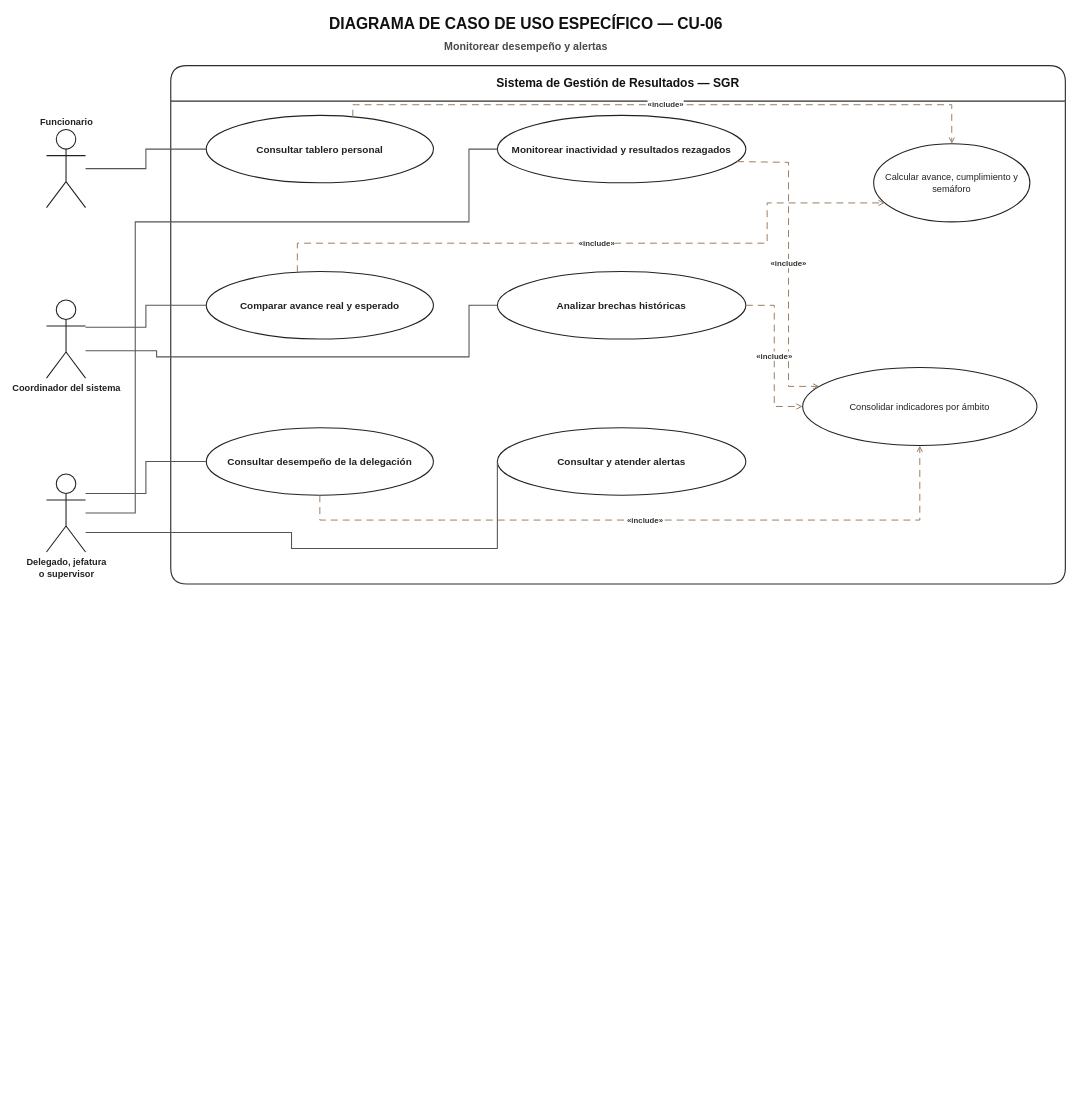
Earlier version of the draw.io diagram docs/uml/02_casos_de_uso/02_especificos/CU06_monitorear_desempeno_y_alertas/Diagrama_Caso_Uso_Especifico_CU06_SGR.drawio (MasterCapehart/sgr-proyecto-integrado). Source tidied: cells renumbered, new cells numbered last; positions are measured from the earlier drawing's top-left corner, leaving out a move shared by most shapes. Both pictures are drawn from the tidied source at 71%, with x=0, y=0 at pixel (46, 12).
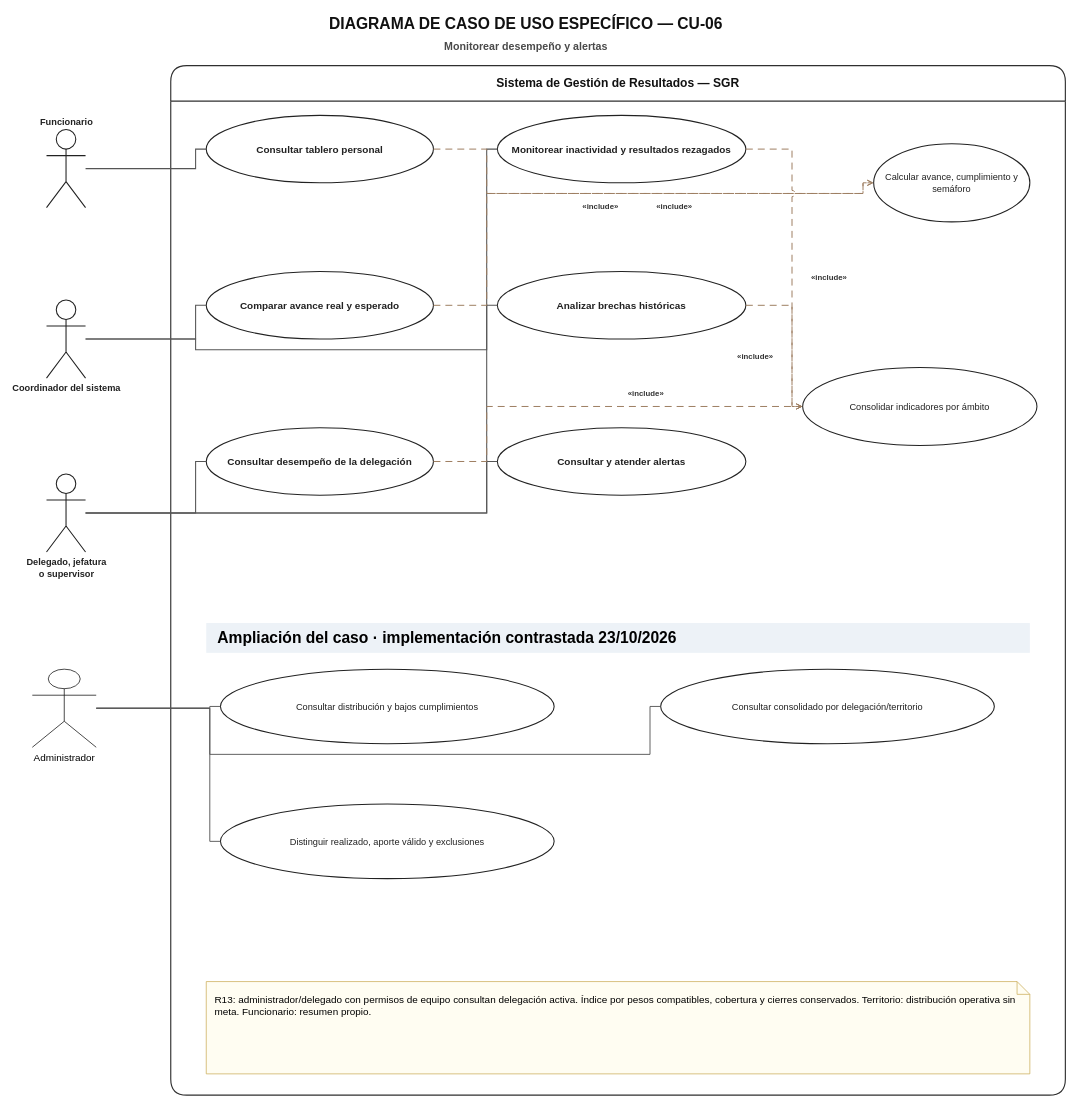
Above is the later version.

Unchanged cells that the change refers to:
```xml
<mxCell id="5" value="Calcular avance, cumplimiento y semáforo" style="ellipse;whiteSpace=wrap;html=1;fillColor=#FFFFFF;strokeColor=#222222;fontColor=#222222;fontSize=13;strokeWidth=1.5;" parent="4" vertex="1">
  <mxGeometry x="990" y="110" width="220" height="110" as="geometry" />
</mxCell>
<mxCell id="6" value="Funcionario" style="shape=umlActor;verticalLabelPosition=top;verticalAlign=bottom;html=1;outlineConnect=0;fillColor=#FFFFFF;strokeColor=#222222;fontColor=#222222;fontSize=13;fontStyle=1;strokeWidth=1.5;" parent="1" vertex="1">
  <mxGeometry y="165" width="55" height="110" as="geometry" />
</mxCell>
<mxCell id="7" value="Coordinador del sistema" style="shape=umlActor;verticalLabelPosition=bottom;verticalAlign=top;html=1;outlineConnect=0;fillColor=#FFFFFF;strokeColor=#222222;fontColor=#222222;fontSize=13;fontStyle=1;strokeWidth=1.5;" parent="1" vertex="1">
  <mxGeometry y="405" width="55" height="110" as="geometry" />
</mxCell>
<mxCell id="8" value="Delegado, jefatura&lt;br&gt;o supervisor" style="shape=umlActor;verticalLabelPosition=bottom;verticalAlign=top;html=1;outlineConnect=0;fillColor=#FFFFFF;strokeColor=#222222;fontColor=#222222;fontSize=13;fontStyle=1;strokeWidth=1.5;" parent="1" vertex="1">
  <mxGeometry y="650" width="55" height="110" as="geometry" />
</mxCell>
<mxCell id="9" value="Consultar tablero personal" style="ellipse;whiteSpace=wrap;html=1;fillColor=#FFFFFF;strokeColor=#222222;fontColor=#222222;fontSize=14;strokeWidth=1.5;fontStyle=1;" parent="1" vertex="1">
  <mxGeometry x="225" y="145" width="320" height="95" as="geometry" />
</mxCell>
<mxCell id="10" value="Comparar avance real y esperado" style="ellipse;whiteSpace=wrap;html=1;fillColor=#FFFFFF;strokeColor=#222222;fontColor=#222222;fontSize=14;strokeWidth=1.5;fontStyle=1;" parent="1" vertex="1">
  <mxGeometry x="225" y="365" width="320" height="95" as="geometry" />
</mxCell>
<mxCell id="11" value="Consultar desempeño de la delegación" style="ellipse;whiteSpace=wrap;html=1;fillColor=#FFFFFF;strokeColor=#222222;fontColor=#222222;fontSize=14;strokeWidth=1.5;fontStyle=1;" parent="1" vertex="1">
  <mxGeometry x="225" y="585" width="320" height="95" as="geometry" />
</mxCell>
<mxCell id="12" value="Monitorear inactividad y resultados rezagados" style="ellipse;whiteSpace=wrap;html=1;fillColor=#FFFFFF;strokeColor=#222222;fontColor=#222222;fontSize=14;strokeWidth=1.5;fontStyle=1;" parent="1" vertex="1">
  <mxGeometry x="635" y="145" width="350" height="95" as="geometry" />
</mxCell>
<mxCell id="13" value="Analizar brechas históricas" style="ellipse;whiteSpace=wrap;html=1;fillColor=#FFFFFF;strokeColor=#222222;fontColor=#222222;fontSize=14;strokeWidth=1.5;fontStyle=1;" parent="1" vertex="1">
  <mxGeometry x="635" y="365" width="350" height="95" as="geometry" />
</mxCell>
<mxCell id="14" value="Consultar y atender alertas" style="ellipse;whiteSpace=wrap;html=1;fillColor=#FFFFFF;strokeColor=#222222;fontColor=#222222;fontSize=14;strokeWidth=1.5;fontStyle=1;" parent="1" vertex="1">
  <mxGeometry x="635" y="585" width="350" height="95" as="geometry" />
</mxCell>
<mxCell id="15" value="Consolidar indicadores por ámbito" style="ellipse;whiteSpace=wrap;html=1;fillColor=#FFFFFF;strokeColor=#222222;fontColor=#222222;fontSize=13;strokeWidth=1.5;" parent="1" vertex="1">
  <mxGeometry x="1065" y="500" width="330" height="110" as="geometry" />
</mxCell>
```

Change to the diagram source:
```diff
@@
     <mxCell id="4" value="Sistema de Gestión de Resultados — SGR" style="swimlane;horizontal=1;startSize=50;rounded=1;whiteSpace=wrap;html=1;fillColor=#FFFFFF;swimlaneFillColor=#FFFFFF;strokeColor=#2F2F2F;fontColor=#111111;fontSize=17;fontStyle=1;spacing=8;strokeWidth=1.6;" parent="1" vertex="1">
-      <mxGeometry x="175" y="75" width="1260" height="730" as="geometry" />
+      <mxGeometry x="175" y="75" width="1260" height="1450" as="geometry" />
     </mxCell>
@@
-    <mxCell id="16" style="edgeStyle=orthogonalEdgeStyle;jettySize=auto;endArrow=none;startArrow=none;html=1;rounded=0;strokeColor=#555555;strokeWidth=1.5;exitX=1;exitY=0.5;entryX=0;entryY=0.5;" parent="1" edge="1" source="6" target="9">
-      <mxGeometry relative="1" as="geometry" />
+    <mxCell id="16" style="jettySize=auto;endArrow=none;startArrow=none;html=1;strokeColor=#555555;strokeWidth=1.5;jumpSize=8;edgeStyle=none;noEdgeStyle=1;rounded=0;exitX=1;exitY=0.5;entryX=0;entryY=0.5;exitPerimeter=0;entryPerimeter=0;jumpStyle=arc;jumpSize=8;" parent="1" edge="1" source="6" target="9">
+      <mxGeometry relative="1" as="geometry">
+        <Array as="points">
+          <mxPoint x="210" y="220" />
+          <mxPoint x="210" y="192.5" />
+        </Array>
+      </mxGeometry>
     </mxCell>
-    <mxCell id="17" style="edgeStyle=orthogonalEdgeStyle;jettySize=auto;endArrow=none;startArrow=none;html=1;rounded=0;strokeColor=#555555;strokeWidth=1.5;exitX=1;exitY=0.35;entryX=0;entryY=0.5;" parent="1" edge="1" source="7" target="10">
-      <mxGeometry relative="1" as="geometry" />
+    <mxCell id="17" style="jettySize=auto;endArrow=none;startArrow=none;html=1;strokeColor=#555555;strokeWidth=1.5;jumpSize=8;edgeStyle=none;noEdgeStyle=1;rounded=0;exitX=1;exitY=0.5;entryX=0;entryY=0.5;exitPerimeter=0;entryPerimeter=0;jumpStyle=arc;jumpSize=8;" parent="1" edge="1" source="7" target="10">
+      <mxGeometry relative="1" as="geometry">
+        <Array as="points">
+          <mxPoint x="210" y="460" />
+          <mxPoint x="210" y="412.5" />
+        </Array>
+      </mxGeometry>
     </mxCell>
-    <mxCell id="18" style="edgeStyle=orthogonalEdgeStyle;jettySize=auto;endArrow=none;startArrow=none;html=1;rounded=0;strokeColor=#555555;strokeWidth=1.5;exitX=1;exitY=0.65;entryX=0;entryY=0.5;" parent="1" edge="1" source="7" target="13">
+    <mxCell id="18" style="jettySize=auto;endArrow=none;startArrow=none;html=1;strokeColor=#555555;strokeWidth=1.5;jumpSize=8;edgeStyle=none;noEdgeStyle=1;rounded=0;exitX=1;exitY=0.5;entryX=0;entryY=0.5;exitPerimeter=0;entryPerimeter=0;jumpStyle=arc;jumpSize=8;" parent="1" edge="1" source="7" target="13">
       <mxGeometry relative="1" as="geometry">
         <Array as="points">
-          <mxPoint x="155.1" y="476.5" />
-          <mxPoint x="155.1" y="485.1" />
-          <mxPoint x="595.1" y="485.1" />
-          <mxPoint x="595.1" y="412.5" />
+          <mxPoint x="210" y="460" />
+          <mxPoint x="210" y="475" />
+          <mxPoint x="620" y="475" />
+          <mxPoint x="620" y="412.5" />
         </Array>
       </mxGeometry>
     </mxCell>
-    <mxCell id="19" style="edgeStyle=orthogonalEdgeStyle;jettySize=auto;endArrow=none;startArrow=none;html=1;rounded=0;strokeColor=#555555;strokeWidth=1.5;exitX=1;exitY=0.25;entryX=0;entryY=0.5;" parent="1" edge="1" source="8" target="11">
-      <mxGeometry relative="1" as="geometry" />
+    <mxCell id="19" style="jettySize=auto;endArrow=none;startArrow=none;html=1;strokeColor=#555555;strokeWidth=1.5;jumpSize=8;edgeStyle=none;noEdgeStyle=1;rounded=0;exitX=1;exitY=0.5;entryX=0;entryY=0.5;exitPerimeter=0;entryPerimeter=0;jumpStyle=arc;jumpSize=8;" parent="1" edge="1" source="8" target="11">
+      <mxGeometry relative="1" as="geometry">
+        <Array as="points">
+          <mxPoint x="210" y="705" />
+          <mxPoint x="210" y="632.5" />
+        </Array>
+      </mxGeometry>
     </mxCell>
-    <mxCell id="20" style="edgeStyle=orthogonalEdgeStyle;jettySize=auto;endArrow=none;startArrow=none;html=1;rounded=0;strokeColor=#555555;strokeWidth=1.5;exitX=1;exitY=0.5;entryX=0;entryY=0.5;" parent="1" edge="1" source="8" target="12">
+    <mxCell id="20" style="jettySize=auto;endArrow=none;startArrow=none;html=1;strokeColor=#555555;strokeWidth=1.5;jumpSize=8;edgeStyle=none;noEdgeStyle=1;rounded=0;exitX=1;exitY=0.5;entryX=0;entryY=0.5;exitPerimeter=0;entryPerimeter=0;jumpStyle=arc;jumpSize=8;" parent="1" edge="1" source="8" target="12">
       <mxGeometry relative="1" as="geometry">
         <Array as="points">
-          <mxPoint x="125" y="705" />
-          <mxPoint x="125" y="295" />
-          <mxPoint x="595" y="295" />
-          <mxPoint x="595" y="192" />
+          <mxPoint x="620" y="705" />
+          <mxPoint x="620" y="192.5" />
         </Array>
       </mxGeometry>
     </mxCell>
-    <mxCell id="21" style="edgeStyle=orthogonalEdgeStyle;jettySize=auto;endArrow=none;startArrow=none;html=1;rounded=0;strokeColor=#555555;strokeWidth=1.5;exitX=1;exitY=0.75;entryX=0;entryY=0.5;" parent="1" edge="1" source="8" target="14">
+    <mxCell id="21" style="jettySize=auto;endArrow=none;startArrow=none;html=1;strokeColor=#555555;strokeWidth=1.5;jumpSize=8;edgeStyle=none;noEdgeStyle=1;rounded=0;exitX=1;exitY=0.5;entryX=0;entryY=0.5;exitPerimeter=0;entryPerimeter=0;jumpStyle=arc;jumpSize=8;" parent="1" edge="1" source="8" target="14">
       <mxGeometry relative="1" as="geometry">
         <Array as="points">
-          <mxPoint x="345.1" y="732.5" />
-          <mxPoint x="345.1" y="755.1" />
-          <mxPoint x="635.1" y="755.1" />
+          <mxPoint x="620" y="705" />
+          <mxPoint x="620" y="632.5" />
         </Array>
       </mxGeometry>
     </mxCell>
-    <mxCell id="22" value="«include»" style="edgeStyle=orthogonalEdgeStyle;jettySize=auto;endArrow=open;endFill=0;startArrow=none;html=1;rounded=0;dashed=1;dashPattern=7 5;strokeColor=#9E7E61;strokeWidth=1.4;fontSize=11;fontStyle=1;labelBackgroundColor=#FFFFFF;exitX=0.65;exitY=0;entryX=0.5;entryY=0;fontColor=#333333;" parent="1" edge="1" source="9" target="5">
-      <mxGeometry relative="1" as="geometry">
+    <mxCell id="22" value="«include»" style="jettySize=auto;endArrow=open;endFill=0;startArrow=none;html=1;dashed=1;dashPattern=7 5;strokeColor=#9E7E61;strokeWidth=1.4;fontSize=11;fontStyle=1;labelBackgroundColor=#FFFFFF;fontColor=#333333;jumpSize=8;edgeStyle=none;noEdgeStyle=1;rounded=0;exitX=1;exitY=0.5;entryX=0;entryY=0.5;exitPerimeter=0;entryPerimeter=0;jumpStyle=arc;jumpSize=8;" parent="1" edge="1" source="9" target="5">
+      <mxGeometry x="0.15" relative="1" as="geometry">
         <Array as="points">
-          <mxPoint x="435" y="130" />
-          <mxPoint x="1230" y="130" />
+          <mxPoint x="620" y="192.5" />
+          <mxPoint x="620" y="255" />
+          <mxPoint x="1150" y="255" />
+          <mxPoint x="1150" y="240" />
         </Array>
+        <mxPoint y="18" as="offset" />
       </mxGeometry>
     </mxCell>
-    <mxCell id="23" value="«include»" style="edgeStyle=orthogonalEdgeStyle;jettySize=auto;endArrow=open;endFill=0;startArrow=none;html=1;rounded=0;dashed=1;dashPattern=7 5;strokeColor=#9E7E61;strokeWidth=1.4;fontSize=11;fontStyle=1;labelBackgroundColor=#FFFFFF;exitX=0.4;exitY=0;entryX=0;entryY=0.8;fontColor=#333333;" parent="1" edge="1" source="10" target="5">
-      <mxGeometry relative="1" as="geometry">
+    <mxCell id="23" value="«include»" style="jettySize=auto;endArrow=open;endFill=0;startArrow=none;html=1;dashed=1;dashPattern=7 5;strokeColor=#9E7E61;strokeWidth=1.4;fontSize=11;fontStyle=1;labelBackgroundColor=#FFFFFF;fontColor=#333333;jumpSize=8;edgeStyle=none;noEdgeStyle=1;rounded=0;exitX=1;exitY=0.5;entryX=0;entryY=0.5;exitPerimeter=0;entryPerimeter=0;jumpStyle=arc;jumpSize=8;" parent="1" edge="1" source="10" target="5">
+      <mxGeometry x="-0.01" relative="1" as="geometry">
         <Array as="points">
-          <mxPoint x="353" y="325" />
-          <mxPoint x="1015" y="325" />
+          <mxPoint x="620" y="412.5" />
+          <mxPoint x="620" y="255" />
+          <mxPoint x="1150" y="255" />
+          <mxPoint x="1150" y="240" />
         </Array>
+        <mxPoint y="18" as="offset" />
       </mxGeometry>
     </mxCell>
-    <mxCell id="24" value="«include»" style="edgeStyle=orthogonalEdgeStyle;jettySize=auto;endArrow=open;endFill=0;startArrow=none;html=1;rounded=0;dashed=1;dashPattern=7 5;strokeColor=#9E7E61;strokeWidth=1.4;fontSize=11;fontStyle=1;labelBackgroundColor=#FFFFFF;exitX=0.5;exitY=1;entryX=0.5;entryY=1;fontColor=#333333;" parent="1" edge="1" source="11" target="15">
-      <mxGeometry relative="1" as="geometry">
+    <mxCell id="24" value="«include»" style="jettySize=auto;endArrow=open;endFill=0;startArrow=none;html=1;dashed=1;dashPattern=7 5;strokeColor=#9E7E61;strokeWidth=1.4;fontSize=11;fontStyle=1;labelBackgroundColor=#FFFFFF;fontColor=#333333;jumpSize=8;edgeStyle=none;noEdgeStyle=1;rounded=0;exitX=1;exitY=0.5;entryX=0;entryY=0.5;exitPerimeter=0;entryPerimeter=0;jumpStyle=arc;jumpSize=8;" parent="1" edge="1" source="11" target="15">
+      <mxGeometry x="0.26" relative="1" as="geometry">
         <Array as="points">
-          <mxPoint x="385" y="715" />
-          <mxPoint x="1230" y="715" />
+          <mxPoint x="620" y="632.5" />
+          <mxPoint x="620" y="555" />
         </Array>
+        <mxPoint y="-18" as="offset" />
       </mxGeometry>
     </mxCell>
-    <mxCell id="25" value="«include»" style="edgeStyle=orthogonalEdgeStyle;jettySize=auto;endArrow=open;endFill=0;startArrow=none;html=1;rounded=0;dashed=1;dashPattern=7 5;strokeColor=#9E7E61;strokeWidth=1.4;fontSize=11;fontStyle=1;labelBackgroundColor=#FFFFFF;exitX=1;exitY=0.7;entryX=0;entryY=0.2;fontColor=#333333;" parent="1" edge="1" source="12" target="15">
-      <mxGeometry relative="1" as="geometry">
+    <mxCell id="25" value="«include»" style="jettySize=auto;endArrow=open;endFill=0;startArrow=none;html=1;dashed=1;dashPattern=7 5;strokeColor=#9E7E61;strokeWidth=1.4;fontSize=11;fontStyle=1;labelBackgroundColor=#FFFFFF;fontColor=#333333;jumpSize=8;edgeStyle=none;noEdgeStyle=1;rounded=0;exitX=1;exitY=0.5;entryX=0;entryY=0.5;exitPerimeter=0;entryPerimeter=0;jumpStyle=arc;jumpSize=8;" parent="1" edge="1" source="12" target="15">
+      <mxGeometry x="0.11" relative="1" as="geometry">
         <Array as="points">
-          <mxPoint x="1045.1" y="211.1" />
-          <mxPoint x="1045.1" y="527.2" />
+          <mxPoint x="1050" y="192.5" />
+          <mxPoint x="1050" y="555" />
         </Array>
+        <mxPoint x="52" as="offset" />
       </mxGeometry>
     </mxCell>
-    <mxCell id="26" value="«include»" style="edgeStyle=orthogonalEdgeStyle;jettySize=auto;endArrow=open;endFill=0;startArrow=none;html=1;rounded=0;dashed=1;dashPattern=7 5;strokeColor=#9E7E61;strokeWidth=1.4;fontSize=11;fontStyle=1;labelBackgroundColor=#FFFFFF;exitX=1;exitY=0.5;entryX=0;entryY=0.5;fontColor=#333333;" parent="1" edge="1" source="13" target="15">
-      <mxGeometry relative="1" as="geometry" />
+    <mxCell id="26" value="«include»" style="jettySize=auto;endArrow=open;endFill=0;startArrow=none;html=1;dashed=1;dashPattern=7 5;strokeColor=#9E7E61;strokeWidth=1.4;fontSize=11;fontStyle=1;labelBackgroundColor=#FFFFFF;fontColor=#333333;jumpSize=8;edgeStyle=none;noEdgeStyle=1;rounded=0;exitX=1;exitY=0.5;entryX=0;entryY=0.5;exitPerimeter=0;entryPerimeter=0;jumpStyle=arc;jumpSize=8;" parent="1" edge="1" source="13" target="15">
+      <mxGeometry x="0.22" relative="1" as="geometry">
+        <Array as="points">
+          <mxPoint x="1050" y="412.5" />
+          <mxPoint x="1050" y="555" />
+        </Array>
+        <mxPoint x="-52" as="offset" />
+      </mxGeometry>
     </mxCell>
+    <mxCell id="27" value="Administrador" style="shape=umlActor;verticalLabelPosition=bottom;verticalAlign=top;html=1;fontSize=14;" parent="1" vertex="1">
+      <mxGeometry x="-20" y="925" width="90" height="110" as="geometry" />
+    </mxCell>
+    <mxCell id="28" value="Ampliación del caso · implementación contrastada 23/10/2026" style="text;html=1;strokeColor=none;fillColor=#EDF2F7;align=left;verticalAlign=middle;fontSize=22;fontStyle=1;spacingLeft=14;" parent="1" vertex="1">
+      <mxGeometry x="225" y="860" width="1160" height="42" as="geometry" />
+    </mxCell>
+    <mxCell id="29" value="Consultar distribución y bajos cumplimientos" style="ellipse;whiteSpace=wrap;html=1;fillColor=#FFFFFF;strokeColor=#222222;fontColor=#222222;fontSize=13;strokeWidth=1.5;" parent="1" vertex="1">
+      <mxGeometry x="245" y="925" width="470" height="105" as="geometry" />
+    </mxCell>
+    <mxCell id="30" value="Consultar consolidado por delegación/territorio" style="ellipse;whiteSpace=wrap;html=1;fillColor=#FFFFFF;strokeColor=#222222;fontColor=#222222;fontSize=13;strokeWidth=1.5;" parent="1" vertex="1">
+      <mxGeometry x="865" y="925" width="470" height="105" as="geometry" />
+    </mxCell>
+    <mxCell id="31" value="Distinguir realizado, aporte válido y exclusiones" style="ellipse;whiteSpace=wrap;html=1;fillColor=#FFFFFF;strokeColor=#222222;fontColor=#222222;fontSize=13;strokeWidth=1.5;" parent="1" vertex="1">
+      <mxGeometry x="245" y="1115" width="470" height="105" as="geometry" />
+    </mxCell>
+    <mxCell id="32" style="html=1;strokeColor=#555555;strokeWidth=1.3;fontSize=12;labelBackgroundColor=#FFFFFF;startArrow=none;endArrow=none;jumpSize=8;edgeStyle=none;noEdgeStyle=1;rounded=0;exitX=1;exitY=0.5;entryX=0;entryY=0.5;exitPerimeter=0;entryPerimeter=0;jumpStyle=arc;jumpSize=8;" parent="1" edge="1" source="27" target="29">
+      <mxGeometry relative="1" as="geometry">
+        <Array as="points">
+          <mxPoint x="230" y="980" />
+          <mxPoint x="230" y="977.5" />
+        </Array>
+      </mxGeometry>
+    </mxCell>
+    <mxCell id="33" style="html=1;strokeColor=#555555;strokeWidth=1.3;fontSize=12;labelBackgroundColor=#FFFFFF;startArrow=none;endArrow=none;jumpSize=8;edgeStyle=none;noEdgeStyle=1;rounded=0;exitX=1;exitY=0.5;entryX=0;entryY=0.5;exitPerimeter=0;entryPerimeter=0;jumpStyle=arc;jumpSize=8;" parent="1" edge="1" source="27" target="30">
+      <mxGeometry relative="1" as="geometry">
+        <Array as="points">
+          <mxPoint x="230" y="980" />
+          <mxPoint x="230" y="1045" />
+          <mxPoint x="850" y="1045" />
+          <mxPoint x="850" y="977.5" />
+        </Array>
+      </mxGeometry>
+    </mxCell>
+    <mxCell id="34" style="html=1;strokeColor=#555555;strokeWidth=1.3;fontSize=12;labelBackgroundColor=#FFFFFF;startArrow=none;endArrow=none;jumpSize=8;edgeStyle=none;noEdgeStyle=1;rounded=0;exitX=1;exitY=0.5;entryX=0;entryY=0.5;exitPerimeter=0;entryPerimeter=0;jumpStyle=arc;jumpSize=8;" parent="1" edge="1" source="27" target="31">
+      <mxGeometry relative="1" as="geometry">
+        <Array as="points">
+          <mxPoint x="230" y="980" />
+          <mxPoint x="230" y="1167.5" />
+        </Array>
+      </mxGeometry>
+    </mxCell>
+    <mxCell id="35" value="R13: administrador/delegado con permisos de equipo consultan delegación activa. Índice por pesos compatibles, cobertura y cierres conservados. Territorio: distribución operativa sin meta. Funcionario: resumen propio." style="shape=note;whiteSpace=wrap;html=1;size=18;fillColor=#FFFDF2;strokeColor=#C8A951;fontSize=14;align=left;verticalAlign=top;spacing=12;" parent="1" vertex="1">
+      <mxGeometry x="225" y="1365" width="1160" height="130" as="geometry" />
+    </mxCell>
```
